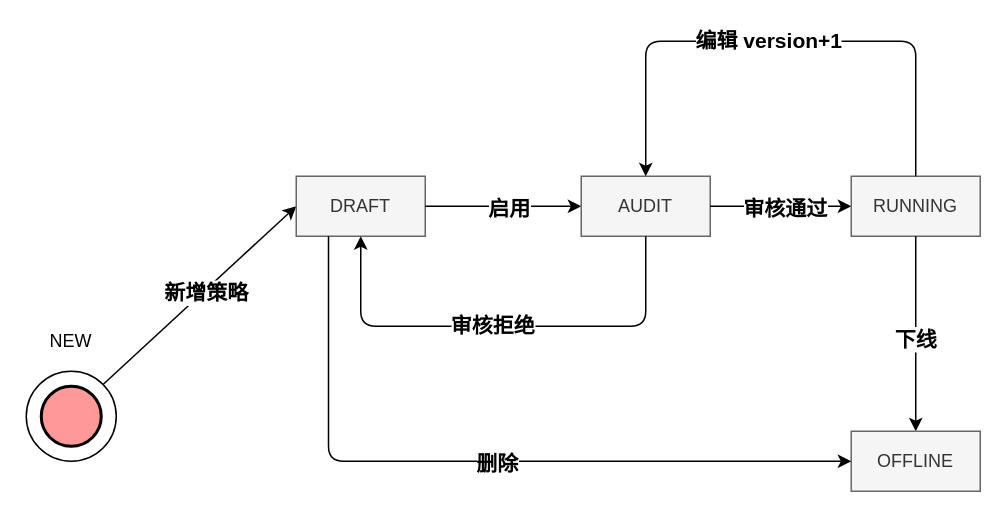
learn2Pro/draw_io_save keeps this draw.io diagram as strategy-state.drawio. Above is the earlier version. Source tidied: cells renumbered, new cells numbered last; positions are measured from the earlier drawing's top-left corner, leaving out a move shared by most shapes. Both pictures are drawn from the tidied source at 150%, with x=0, y=0 at pixel (26, 40).
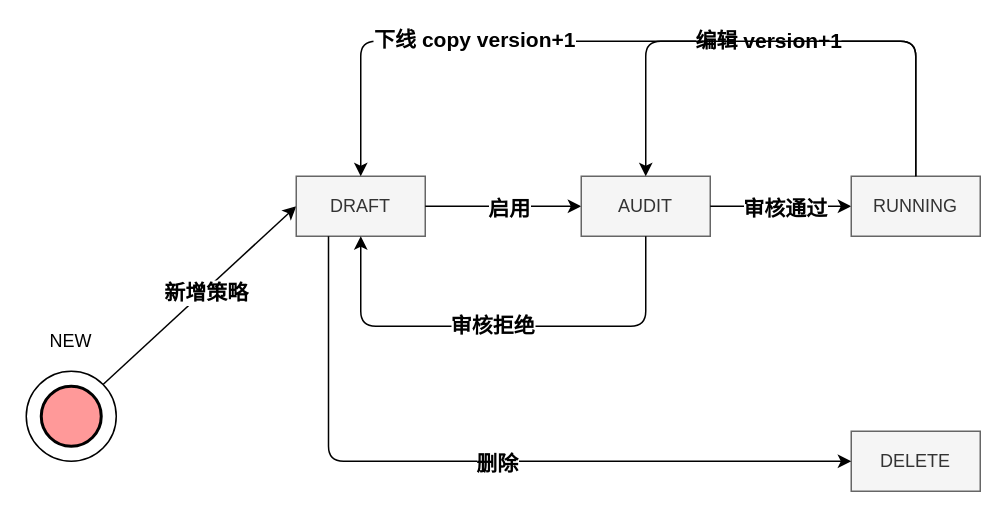
The same page after the edit.

Unchanged cells that the change refers to:
```xml
<mxCell id="8" value="DRAFT" style="rounded=0;whiteSpace=wrap;html=1;strokeWidth=1;fillColor=#f5f5f5;strokeColor=#666666;fontColor=#333333;" parent="1" vertex="1">
  <mxGeometry x="180" y="90" width="86" height="40" as="geometry" />
</mxCell>
<mxCell id="14" value="RUNNING" style="rounded=0;whiteSpace=wrap;html=1;strokeWidth=1;fillColor=#f5f5f5;strokeColor=#666666;fontColor=#333333;" parent="1" vertex="1">
  <mxGeometry x="550" y="90" width="86" height="40" as="geometry" />
</mxCell>
```

Change to the diagram source:
```diff
@@
-    <mxCell id="19" style="endArrow=classic;html=1;exitX=0.5;exitY=1;exitDx=0;exitDy=0;" parent="1" edge="1" source="14" target="21">
-      <mxGeometry relative="1" as="geometry" />
-    </mxCell>
-    <mxCell id="20" value="&lt;span style=&quot;font-size: 14px&quot;&gt;&lt;b&gt;下线&lt;/b&gt;&lt;/span&gt;" style="edgeLabel;html=1;align=center;verticalAlign=middle;" parent="19" vertex="1">
-      <mxGeometry x="0.05" y="-1" relative="1" as="geometry" />
-    </mxCell>
-    <mxCell id="21" value="OFFLINE" style="rounded=0;whiteSpace=wrap;html=1;strokeWidth=1;fillColor=#f5f5f5;strokeColor=#666666;fontColor=#333333;" parent="1" vertex="1">
+    <mxCell id="21" value="DELETE" style="rounded=0;whiteSpace=wrap;html=1;strokeWidth=1;fillColor=#f5f5f5;strokeColor=#666666;fontColor=#333333;" parent="1" vertex="1">
       <mxGeometry x="550" y="260" width="86" height="40" as="geometry" />
     </mxCell>
@@
+    <mxCell id="24" style="endArrow=classic;html=1;edgeStyle=orthogonalEdgeStyle;entryX=0.5;entryY=0;entryDx=0;entryDy=0;" parent="1" edge="1" source="14" target="8">
+      <mxGeometry relative="1" as="geometry">
+        <Array as="points">
+          <mxPoint x="593" />
+          <mxPoint x="223" />
+        </Array>
+      </mxGeometry>
+    </mxCell>
+    <mxCell id="25" value="&lt;b&gt;&lt;font style=&quot;font-size: 14px&quot;&gt;下线 copy version+1&lt;/font&gt;&lt;/b&gt;" style="edgeLabel;html=1;align=center;verticalAlign=middle;" parent="24" vertex="1">
+      <mxGeometry x="0.4" y="-2" relative="1" as="geometry" />
+    </mxCell>
```
